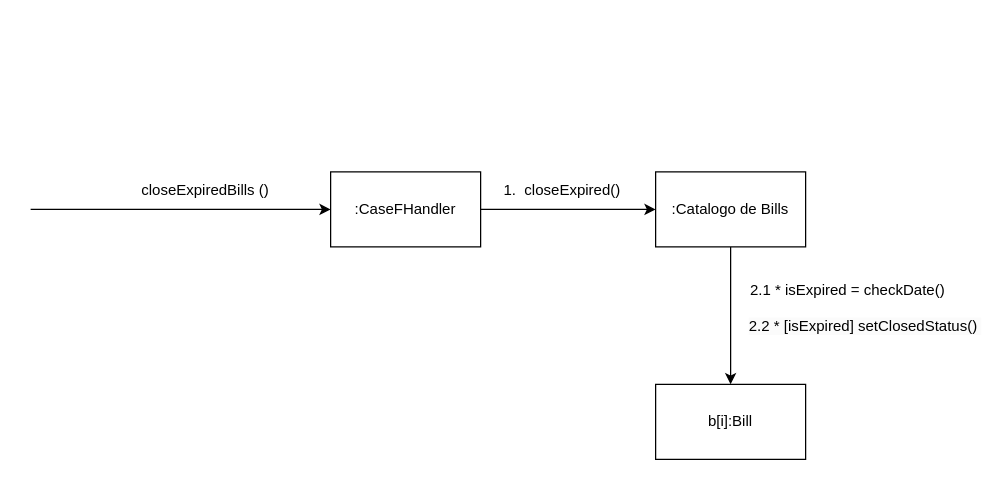
Above: page "Page-3" (3 of 8) of docs/IDs.drawio in thiagottvd/democracia2 (draw.io), before the change. Source tidied: cells renumbered, new cells numbered last; positions are measured from the earlier drawing's top-left corner, leaving out a move shared by most shapes. Both pictures are drawn from the tidied source at 125%, with x=0, y=0 at pixel (30, 171).
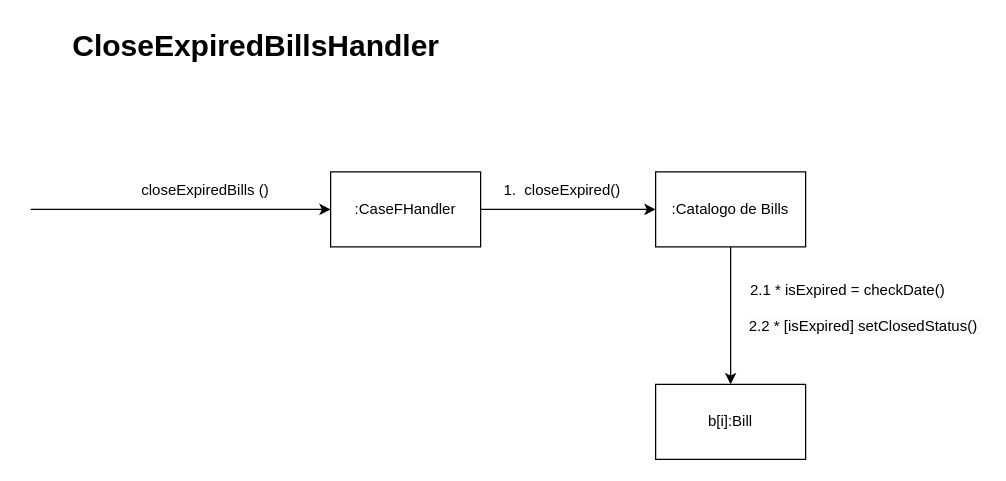
After the change.

Diff of the diagram source:
```diff
@@
 <mxGraphModel>
   <root>
     <mxCell id="0" />
     <mxCell id="1" parent="0" />
     <mxCell id="2" style="edgeStyle=orthogonalEdgeStyle;rounded=0;jettySize=auto;html=1;endArrow=none;endFill=0;startArrow=classic;startFill=1;" parent="1" edge="1" source="4">
       <mxGeometry relative="1" as="geometry">
         <mxPoint y="30" as="targetPoint" />
       </mxGeometry>
     </mxCell>
     <mxCell id="3" style="edgeStyle=orthogonalEdgeStyle;rounded=0;jettySize=auto;html=1;entryX=0;entryY=0.5;entryDx=0;entryDy=0;" parent="1" edge="1" source="4" target="7">
       <mxGeometry relative="1" as="geometry" />
     </mxCell>
     <mxCell id="4" value=":CaseFHandler" style="rounded=0;whiteSpace=wrap;html=1;" parent="1" vertex="1">
       <mxGeometry x="240" width="120" height="60" as="geometry" />
     </mxCell>
     <mxCell id="5" value="closeExpiredBills ()" style="text;html=1;strokeColor=none;fillColor=none;align=center;verticalAlign=middle;whiteSpace=wrap;rounded=0;" parent="1" vertex="1">
       <mxGeometry x="40" width="200" height="30" as="geometry" />
     </mxCell>
     <mxCell id="6" style="edgeStyle=orthogonalEdgeStyle;rounded=0;jettySize=auto;html=1;" parent="1" edge="1" source="7">
       <mxGeometry relative="1" as="geometry">
         <mxPoint x="560" y="170" as="targetPoint" />
       </mxGeometry>
     </mxCell>
     <mxCell id="7" value=":Catalogo de Bills" style="whiteSpace=wrap;html=1;" parent="1" vertex="1">
       <mxGeometry x="500" width="120" height="60" as="geometry" />
     </mxCell>
     <mxCell id="8" value="1.&amp;nbsp; closeExpired()" style="text;html=1;align=center;verticalAlign=middle;strokeColor=none;fillColor=none;" parent="1" vertex="1">
       <mxGeometry x="365" width="120" height="30" as="geometry" />
     </mxCell>
     <mxCell id="9" value="2.1 * isExpired = checkDate()&amp;nbsp;" style="text;html=1;align=center;verticalAlign=middle;strokeColor=none;fillColor=none;" parent="1" vertex="1">
       <mxGeometry x="565" y="80" width="180" height="30" as="geometry" />
     </mxCell>
     <mxCell id="10" value="b[i]:Bill" style="whiteSpace=wrap;html=1;" parent="1" vertex="1">
       <mxGeometry x="500" y="170" width="120" height="60" as="geometry" />
     </mxCell>
     <mxCell id="11" value="&lt;span style=&quot;color: rgb(0, 0, 0); font-family: Helvetica; font-size: 12px; font-style: normal; font-variant-ligatures: normal; font-variant-caps: normal; font-weight: 400; letter-spacing: normal; orphans: 2; text-align: center; text-indent: 0px; text-transform: none; widows: 2; word-spacing: 0px; -webkit-text-stroke-width: 0px; background-color: rgb(251, 251, 251); text-decoration-thickness: initial; text-decoration-style: initial; text-decoration-color: initial; float: none; display: inline !important;&quot;&gt;2.2 * [isExpired] setClosedStatus()&amp;nbsp;&lt;/span&gt;" style="text;whiteSpace=wrap;html=1;" parent="1" vertex="1">
       <mxGeometry x="573" y="110" width="190" height="40" as="geometry" />
     </mxCell>
+    <mxCell id="12" value="&lt;font style=&quot;font-size: 24px;&quot;&gt;&lt;b&gt;CloseExpiredBillsHandler&lt;/b&gt;&lt;/font&gt;" style="text;html=1;align=center;verticalAlign=middle;strokeColor=none;fillColor=none;" parent="1" vertex="1">
+      <mxGeometry x="20" y="-120" width="320" height="40" as="geometry" />
+    </mxCell>
   </root>
 </mxGraphModel>
```
